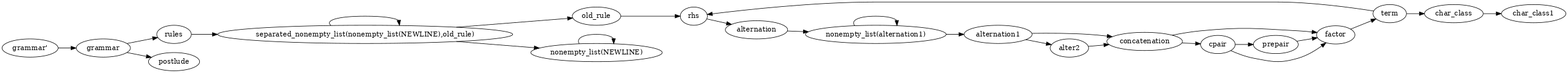
Earlier version of the Graphviz export sentenceParser.png (meta-introspector/gbnf-nice-parser). Its source is kept beside it as lib/sentenceParser.dot.
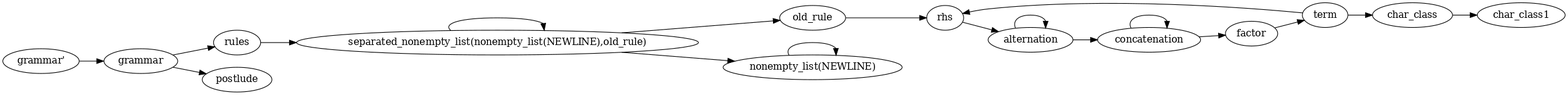
After the commit.

The edit, as a diff of the source:
```diff
@@ -7,44 +7,32 @@
 nt2 [ label="separated_nonempty_list(nonempty_list(NEWLINE),old_rule)" ] ;
 nt3 [ label="rules" ] ;
 nt4 [ label="rhs" ] ;
-nt5 [ label="prepair" ] ;
-nt6 [ label="postlude" ] ;
-nt7 [ label="old_rule" ] ;
-nt8 [ label="nonempty_list(alternation1)" ] ;
-nt9 [ label="nonempty_list(NEWLINE)" ] ;
-nt10 [ label="grammar" ] ;
-nt11 [ label="factor" ] ;
-nt12 [ label="cpair" ] ;
-nt13 [ label="concatenation" ] ;
-nt14 [ label="char_class1" ] ;
-nt15 [ label="char_class" ] ;
-nt16 [ label="alternation1" ] ;
-nt17 [ label="alternation" ] ;
-nt18 [ label="alter2" ] ;
-nt0 -> nt10 [ label="" ] ;
+nt5 [ label="postlude" ] ;
+nt6 [ label="old_rule" ] ;
+nt7 [ label="nonempty_list(NEWLINE)" ] ;
+nt8 [ label="grammar" ] ;
+nt9 [ label="factor" ] ;
+nt10 [ label="concatenation" ] ;
+nt11 [ label="char_class1" ] ;
+nt12 [ label="char_class" ] ;
+nt13 [ label="alternation" ] ;
+nt0 -> nt8 [ label="" ] ;
 nt1 -> nt4 [ label="" ] ;
-nt1 -> nt15 [ label="" ] ;
+nt1 -> nt12 [ label="" ] ;
 nt2 -> nt2 [ label="" ] ;
+nt2 -> nt6 [ label="" ] ;
 nt2 -> nt7 [ label="" ] ;
-nt2 -> nt9 [ label="" ] ;
 nt3 -> nt2 [ label="" ] ;
-nt4 -> nt17 [ label="" ] ;
-nt5 -> nt11 [ label="" ] ;
-nt7 -> nt4 [ label="" ] ;
-nt8 -> nt8 [ label="" ] ;
-nt8 -> nt16 [ label="" ] ;
-nt9 -> nt9 [ label="" ] ;
-nt10 -> nt3 [ label="" ] ;
-nt10 -> nt6 [ label="" ] ;
-nt11 -> nt1 [ label="" ] ;
-nt12 -> nt5 [ label="" ] ;
+nt4 -> nt13 [ label="" ] ;
+nt6 -> nt4 [ label="" ] ;
+nt7 -> nt7 [ label="" ] ;
+nt8 -> nt3 [ label="" ] ;
+nt8 -> nt5 [ label="" ] ;
+nt9 -> nt1 [ label="" ] ;
+nt10 -> nt9 [ label="" ] ;
+nt10 -> nt10 [ label="" ] ;
 nt12 -> nt11 [ label="" ] ;
-nt13 -> nt11 [ label="" ] ;
-nt13 -> nt12 [ label="" ] ;
-nt15 -> nt14 [ label="" ] ;
-nt16 -> nt13 [ label="" ] ;
-nt16 -> nt18 [ label="" ] ;
-nt17 -> nt8 [ label="" ] ;
-nt18 -> nt13 [ label="" ] ;
+nt13 -> nt10 [ label="" ] ;
+nt13 -> nt13 [ label="" ] ;
 
 }
```
